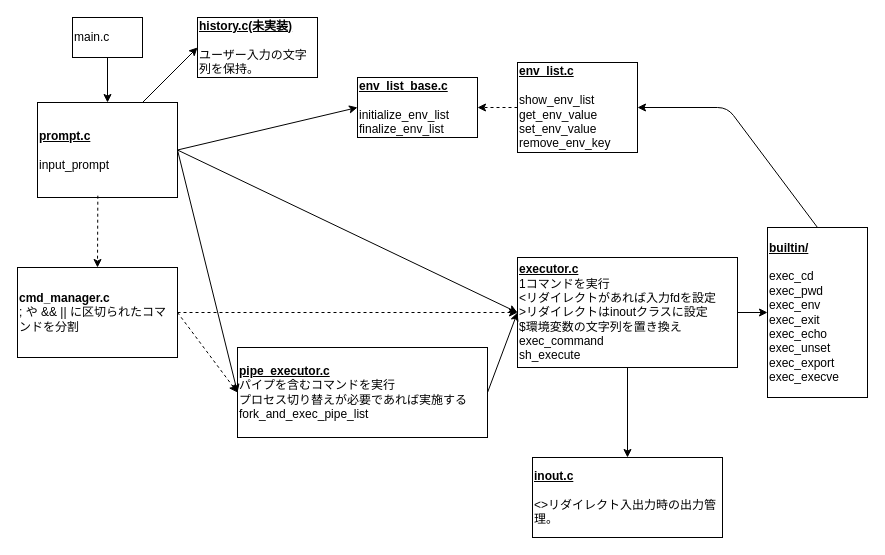
The draw.io diagram page "クラス図" (3 of 3) of diagram.drawio in Toshiki-Nakamura/minishell, before the edit. Source tidied: cells renumbered, new cells numbered last; positions are measured from the earlier drawing's top-left corner, leaving out a move shared by most shapes. Both pictures are drawn from the tidied source at 100%, with x=0, y=0 at pixel (17, 17).
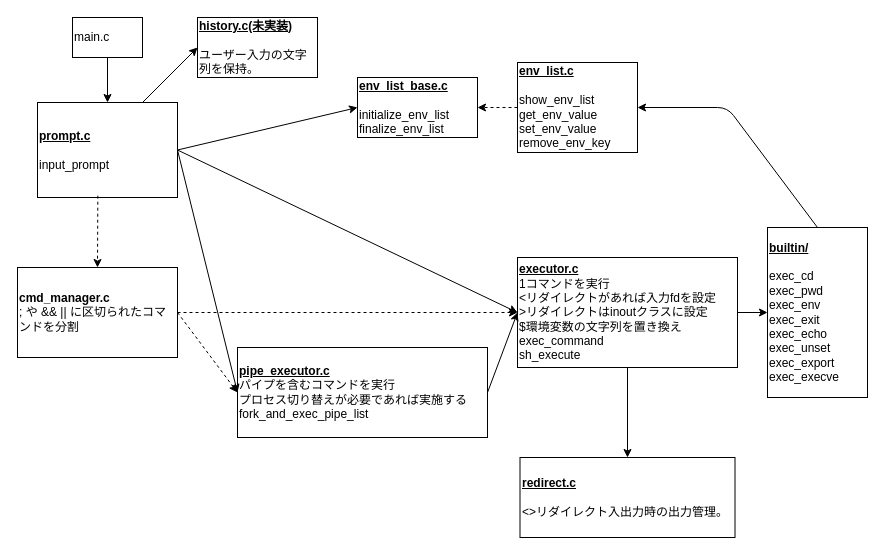
The same page after the edit.

Commit message (it also covers changes not shown here):
add redirect and replace env parmas functions

The edit, as a diff of the source:
```diff
@@
-    <mxCell id="13" value="&lt;b&gt;&lt;u&gt;inout.c&lt;/u&gt;&lt;/b&gt;&lt;br&gt;&lt;br&gt;&amp;lt;&amp;gt;リダイレクト入出力時の出力管理。" style="rounded=0;whiteSpace=wrap;html=1;align=left;" parent="1" vertex="1">
-      <mxGeometry x="515" y="440" width="190" height="80" as="geometry" />
+    <mxCell id="13" value="&lt;b&gt;&lt;u&gt;redirect.c&lt;/u&gt;&lt;/b&gt;&lt;br&gt;&lt;br&gt;&amp;lt;&amp;gt;リダイレクト入出力時の出力管理。" style="rounded=0;whiteSpace=wrap;html=1;align=left;" parent="1" vertex="1">
+      <mxGeometry x="502.5" y="440" width="215" height="80" as="geometry" />
     </mxCell>
```
